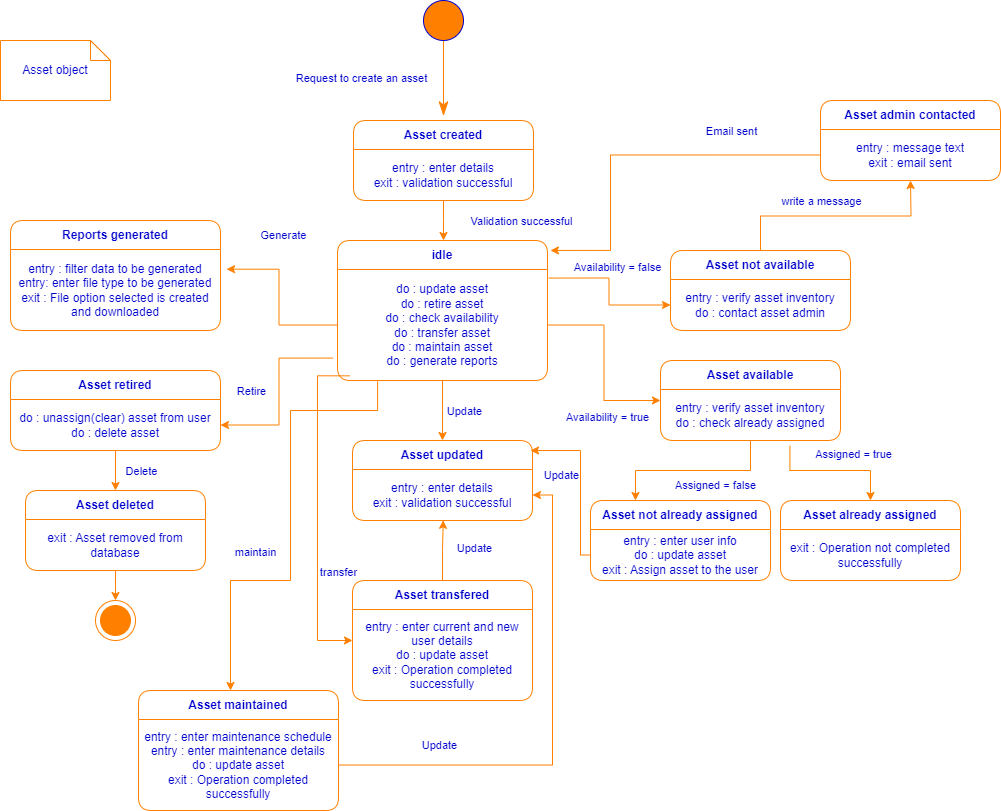
Earlier version of the draw.io export itam-uml/itam-state-diagram/itam-state-diagram-asset-object.png (kxh03/itam). Source tidied: cells renumbered, new cells last; positions are measured from the earlier drawing's top-left corner, leaving out a move shared by most shapes.
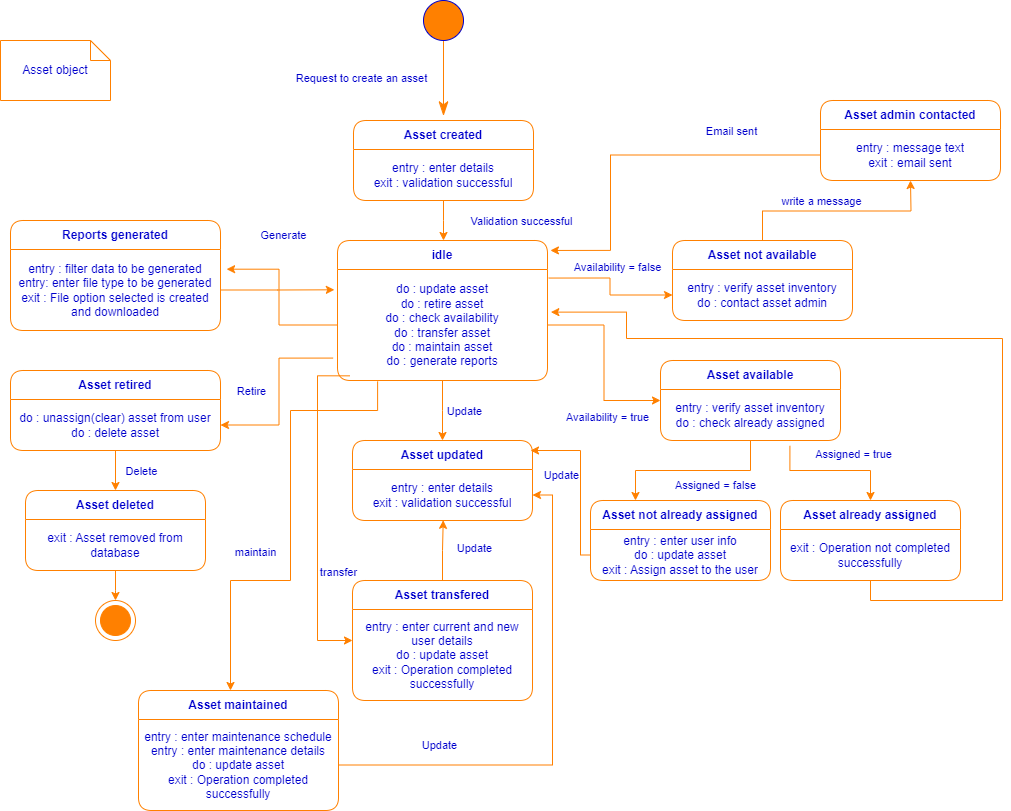
After the commit.

Commit message:
Fix state diagrams

What changed in the source:
```diff
@@ -127,7 +127,7 @@
       </mxGeometry>
     </mxCell>
     <mxCell id="37" value="&lt;font color=&quot;#0000cc&quot;&gt;Asset not available&lt;/font&gt;" style="swimlane;fontStyle=1;align=center;verticalAlign=middle;horizontal=1;startSize=29;html=1;whiteSpace=wrap;strokeColor=#FF8000;rounded=1;swimlaneFillColor=default;" parent="1" vertex="1">
-      <mxGeometry x="670" y="250" width="180" height="80" as="geometry" />
+      <mxGeometry x="672" y="240" width="180" height="80" as="geometry" />
     </mxCell>
     <mxCell id="38" value="&lt;font color=&quot;#0000cc&quot;&gt;entry : verify asset inventory&lt;br&gt;do : contact asset admin&lt;/font&gt;" style="text;html=1;strokeColor=none;fillColor=none;align=center;verticalAlign=middle;spacingLeft=4;spacingRight=4;overflow=hidden;points=[[0,0.5],[1,0.5]];portConstraint=eastwest;whiteSpace=wrap;" parent="37" vertex="1">
       <mxGeometry y="29" width="180" height="51" as="geometry" />
@@ -140,6 +140,17 @@
         <mxPoint x="-6" y="4" as="offset" />
       </mxGeometry>
     </mxCell>
+    <mxCell id="66" style="edgeStyle=orthogonalEdgeStyle;rounded=0;jettySize=auto;html=1;exitX=0.5;exitY=1;exitDx=0;exitDy=0;entryX=1.016;entryY=0.384;entryDx=0;entryDy=0;entryPerimeter=0;strokeColor=#FF8000;" parent="1" edge="1" source="41" target="11">
+      <mxGeometry relative="1" as="geometry">
+        <Array as="points">
+          <mxPoint x="870" y="600" />
+          <mxPoint x="1002" y="600" />
+          <mxPoint x="1002" y="338" />
+          <mxPoint x="626" y="338" />
+          <mxPoint x="626" y="312" />
+        </Array>
+      </mxGeometry>
+    </mxCell>
     <mxCell id="41" value="&lt;font color=&quot;#0000cc&quot;&gt;Asset already assigned&lt;/font&gt;" style="swimlane;fontStyle=1;align=center;verticalAlign=middle;horizontal=1;startSize=29;html=1;whiteSpace=wrap;strokeColor=#FF8000;rounded=1;swimlaneFillColor=default;" parent="1" vertex="1">
       <mxGeometry x="780" y="500" width="180" height="80" as="geometry" />
     </mxCell>
@@ -253,5 +264,8 @@
         <mxPoint x="10" y="-4" as="offset" />
       </mxGeometry>
     </mxCell>
+    <mxCell id="67" style="edgeStyle=orthogonalEdgeStyle;rounded=0;jettySize=auto;html=1;exitX=1;exitY=0.5;exitDx=0;exitDy=0;entryX=-0.015;entryY=0.183;entryDx=0;entryDy=0;entryPerimeter=0;strokeColor=#FF8000;" parent="1" edge="1" source="29" target="11">
+      <mxGeometry relative="1" as="geometry" />
+    </mxCell>
   </root>
 </mxGraphModel>
```
